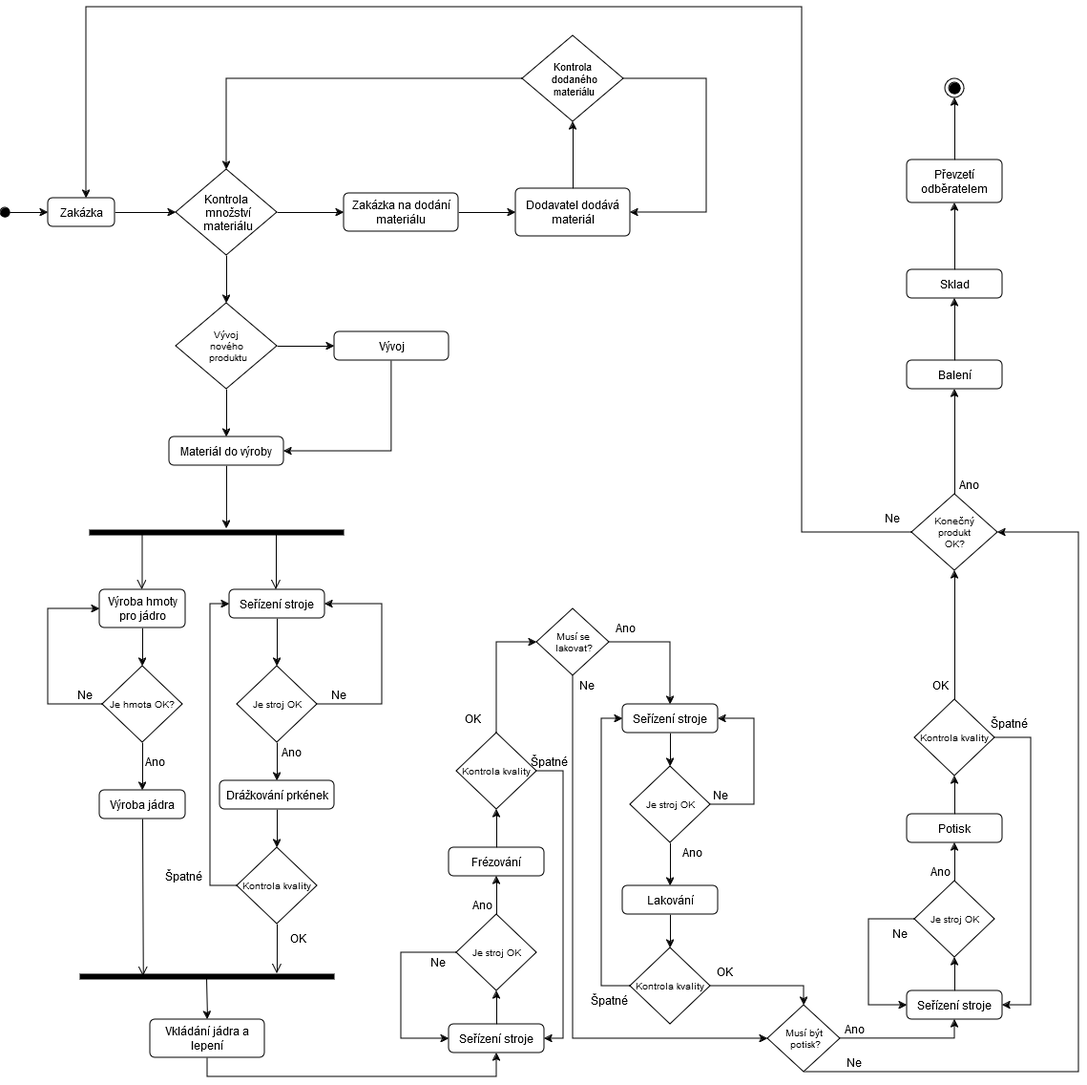
The draw.io diagram SW_ING/Tuzka_Aktivity.png in KarelMasa/pg, before a commit. Source tidied: cells renumbered, new cells last; positions are measured from the earlier drawing's top-left corner, leaving out a move shared by most shapes.
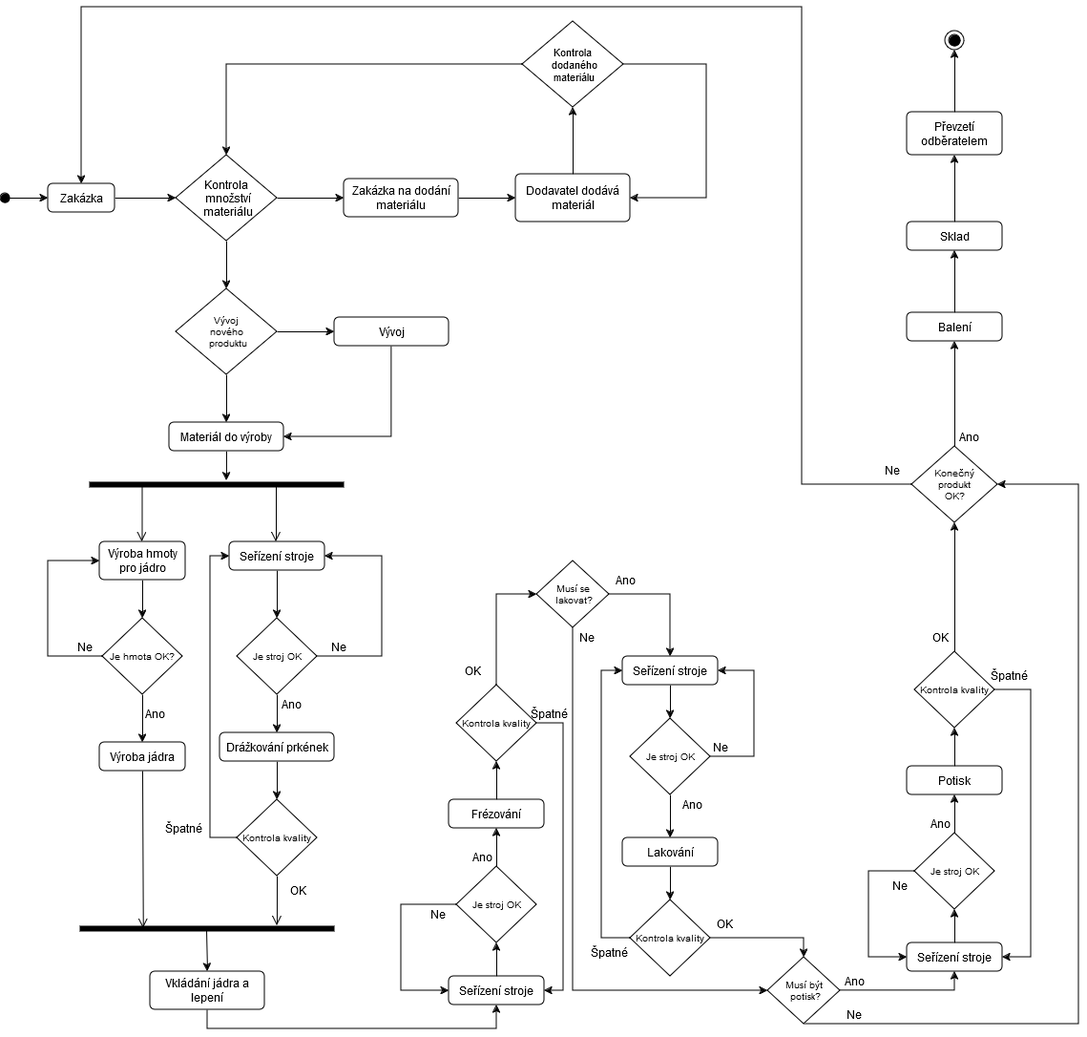
The same file after the commit.

What changed in the source:
```diff
@@ -6,35 +6,35 @@
       <mxGeometry relative="1" as="geometry" />
     </mxCell>
     <mxCell id="3" value="Zakázka" style="html=1;align=center;verticalAlign=middle;rounded=1;absoluteArcSize=1;arcSize=10;dashed=0;whiteSpace=wrap;" parent="1" vertex="1">
-      <mxGeometry x="50" y="200" width="70" height="30" as="geometry" />
+      <mxGeometry x="50" y="235" width="70" height="30" as="geometry" />
     </mxCell>
     <mxCell id="4" style="edgeStyle=orthogonalEdgeStyle;rounded=0;jettySize=auto;html=1;entryX=0.5;entryY=1;entryDx=0;entryDy=0;" parent="1" edge="1" source="5" target="19">
       <mxGeometry relative="1" as="geometry" />
     </mxCell>
     <mxCell id="5" value="Dodavatel dodává materiál" style="html=1;align=center;verticalAlign=middle;rounded=1;absoluteArcSize=1;arcSize=10;dashed=0;whiteSpace=wrap;" parent="1" vertex="1">
-      <mxGeometry x="540" y="190" width="120" height="50" as="geometry" />
+      <mxGeometry x="540" y="225" width="120" height="50" as="geometry" />
     </mxCell>
     <mxCell id="6" style="edgeStyle=orthogonalEdgeStyle;rounded=0;jettySize=auto;html=1;entryX=0;entryY=0.5;entryDx=0;entryDy=0;" parent="1" edge="1" source="7" target="5">
       <mxGeometry relative="1" as="geometry" />
     </mxCell>
     <mxCell id="7" value="Zakázka na dodání materiálu" style="html=1;align=center;verticalAlign=middle;rounded=1;absoluteArcSize=1;arcSize=10;dashed=0;whiteSpace=wrap;" parent="1" vertex="1">
-      <mxGeometry x="360" y="195" width="120" height="40" as="geometry" />
+      <mxGeometry x="360" y="230" width="120" height="40" as="geometry" />
     </mxCell>
     <mxCell id="8" style="rounded=0;jettySize=auto;html=1;entryX=0.539;entryY=0.1;entryDx=0;entryDy=0;entryPerimeter=0;exitX=0.5;exitY=1;exitDx=0;exitDy=0;" parent="1" edge="1" source="9" target="25">
       <mxGeometry relative="1" as="geometry" />
     </mxCell>
     <mxCell id="9" value="Materiál do výroby" style="html=1;align=center;verticalAlign=middle;rounded=1;absoluteArcSize=1;arcSize=10;dashed=0;whiteSpace=wrap;" parent="1" vertex="1">
-      <mxGeometry x="177" y="450" width="120" height="30" as="geometry" />
+      <mxGeometry x="177" y="485" width="120" height="30" as="geometry" />
     </mxCell>
     <mxCell id="10" style="rounded=0;jettySize=auto;html=1;entryX=1;entryY=0.5;entryDx=0;entryDy=0;exitX=0.5;exitY=1;exitDx=0;exitDy=0;edgeStyle=elbowEdgeStyle;" parent="1" edge="1" source="11" target="9">
       <mxGeometry relative="1" as="geometry">
         <Array as="points">
-          <mxPoint x="410" y="420" />
+          <mxPoint x="410" y="455" />
         </Array>
       </mxGeometry>
     </mxCell>
     <mxCell id="11" value="Vývoj" style="html=1;align=center;verticalAlign=middle;rounded=1;absoluteArcSize=1;arcSize=10;dashed=0;whiteSpace=wrap;" parent="1" vertex="1">
-      <mxGeometry x="350" y="340" width="120" height="30" as="geometry" />
+      <mxGeometry x="350" y="375" width="120" height="30" as="geometry" />
     </mxCell>
     <mxCell id="12" style="edgeStyle=orthogonalEdgeStyle;rounded=0;jettySize=auto;html=1;entryX=0.5;entryY=1;entryDx=0;entryDy=0;exitX=0.5;exitY=1;exitDx=0;exitDy=0;" parent="1" edge="1" source="13" target="60">
       <mxGeometry relative="1" as="geometry" />
@@ -49,12 +49,12 @@
       <mxGeometry relative="1" as="geometry" />
     </mxCell>
     <mxCell id="16" value="Kontrola&#10; množství&#10; materiálu" style="rhombus;" parent="1" vertex="1">
-      <mxGeometry x="184" y="170" width="106" height="90" as="geometry" />
+      <mxGeometry x="184" y="205" width="106" height="90" as="geometry" />
     </mxCell>
     <mxCell id="17" style="edgeStyle=elbowEdgeStyle;rounded=0;jettySize=auto;html=1;entryX=1;entryY=0.5;entryDx=0;entryDy=0;" parent="1" edge="1" source="19" target="5">
       <mxGeometry relative="1" as="geometry">
         <Array as="points">
-          <mxPoint x="740" y="140" />
+          <mxPoint x="740" y="175" />
         </Array>
       </mxGeometry>
     </mxCell>
@@ -62,13 +62,15 @@
       <mxGeometry relative="1" as="geometry" />
     </mxCell>
     <mxCell id="19" value="Kontrola&#10; dodaného&#10; materiálu" style="rhombus;fontSize=11;" parent="1" vertex="1">
-      <mxGeometry x="547" y="30" width="106" height="90" as="geometry" />
+      <mxGeometry x="547" y="65" width="106" height="90" as="geometry" />
     </mxCell>
     <mxCell id="20" style="ellipse;fillColor=strokeColor;html=1;" parent="1" vertex="1">
-      <mxGeometry y="210" width="10" height="10" as="geometry" />
+      <mxGeometry y="245" width="10" height="10" as="geometry" />
     </mxCell>
-    <mxCell id="21" style="rounded=0;jettySize=auto;html=1;entryX=0;entryY=0.5;entryDx=0;entryDy=0;" parent="1" edge="1" source="20" target="3">
-      <mxGeometry relative="1" as="geometry" />
+    <mxCell id="21" style="rounded=0;jettySize=auto;html=1;entryX=0;entryY=0.5;entryDx=0;entryDy=0;" parent="1" edge="1" target="3">
+      <mxGeometry relative="1" as="geometry">
+        <mxPoint x="10" y="250" as="sourcePoint" />
+      </mxGeometry>
     </mxCell>
     <mxCell id="22" style="edgeStyle=orthogonalEdgeStyle;rounded=0;jettySize=auto;html=1;entryX=0;entryY=0.5;entryDx=0;entryDy=0;" parent="1" edge="1" source="24" target="11">
       <mxGeometry relative="1" as="geometry" />
@@ -77,7 +79,7 @@
       <mxGeometry relative="1" as="geometry" />
     </mxCell>
     <mxCell id="24" value="Vývoj&#10;nového&#10; produktu" style="rhombus;fontSize=10;" parent="1" vertex="1">
-      <mxGeometry x="184" y="310" width="106" height="90" as="geometry" />
+      <mxGeometry x="184" y="345" width="106" height="90" as="geometry" />
     </mxCell>
     <mxCell id="25" style="shape=line;html=1;strokeWidth=6;strokeColor=#000000;" parent="1" vertex="1">
       <mxGeometry x="93" y="545" width="267" height="10" as="geometry" />
@@ -404,13 +406,12 @@
     <mxCell id="115" style="ellipse;html=1;shape=endState;fillColor=strokeColor;" parent="1" vertex="1">
       <mxGeometry x="990" y="75" width="20" height="20" as="geometry" />
     </mxCell>
-    <mxCell id="116" style="edgeStyle=orthogonalEdgeStyle;rounded=0;jettySize=auto;html=1;" parent="1" edge="1" source="110">
+    <mxCell id="116" style="edgeStyle=orthogonalEdgeStyle;rounded=0;jettySize=auto;html=1;entryX=0.5;entryY=0;entryDx=0;entryDy=0;" parent="1" edge="1" source="110" target="3">
       <mxGeometry relative="1" as="geometry">
-        <mxPoint x="90" y="200" as="targetPoint" />
         <Array as="points">
           <mxPoint x="840" y="550" />
-          <mxPoint x="840" />
-          <mxPoint x="90" />
+          <mxPoint x="840" y="50" />
+          <mxPoint x="85" y="50" />
         </Array>
       </mxGeometry>
     </mxCell>
```
